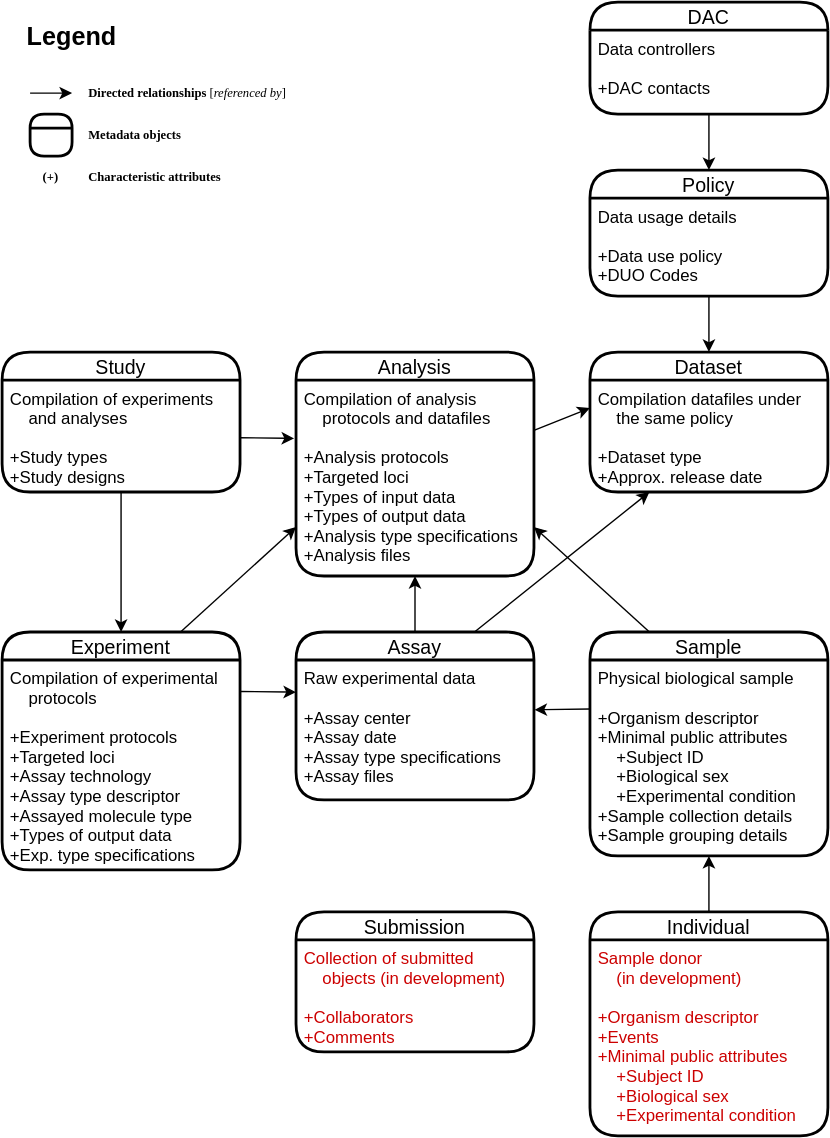
The draw.io diagram docs/metadata_model/diagrams/20220328_EGA_Metadata_Model2.drawio.svg in EbiEga/ega-metadata-schema, before a commit. Source tidied: cells renumbered, new cells last; positions are measured from the earlier drawing's top-left corner, leaving out a move shared by most shapes.
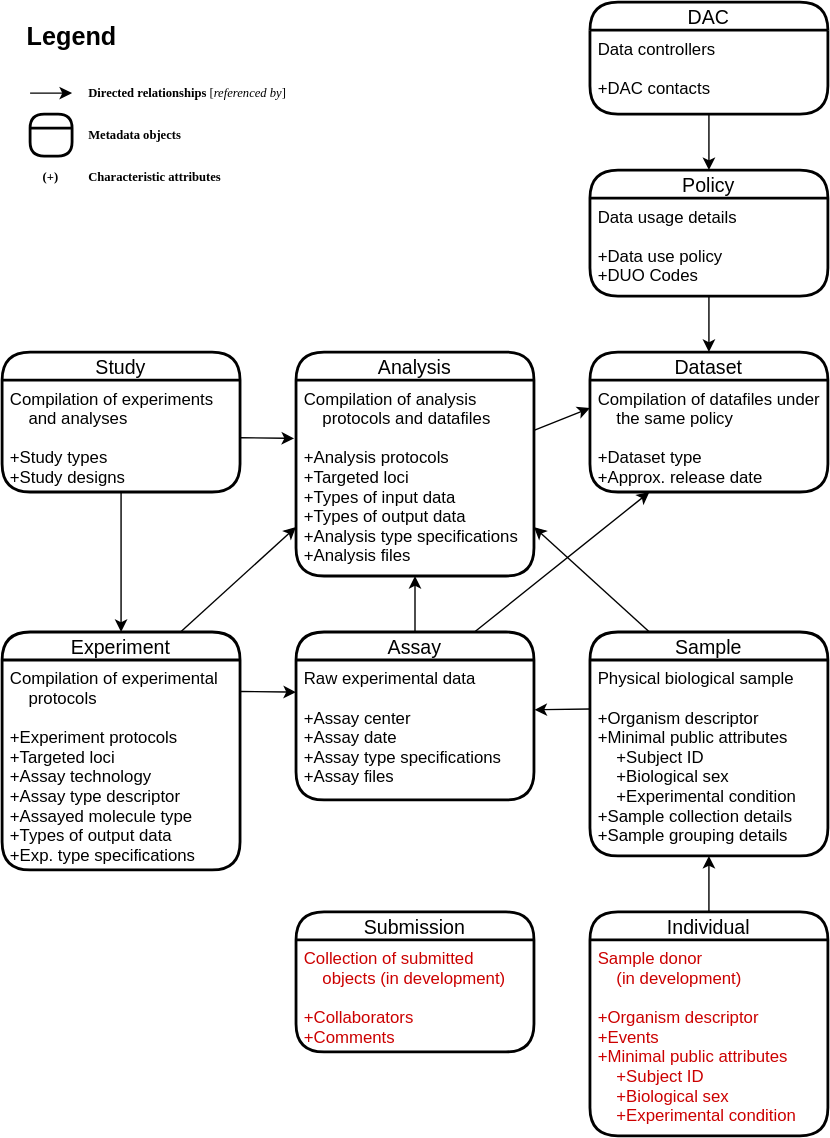
Above is the later version.

Commit message:
EE-2363 - Amended diagram typo

Change to the diagram source:
```diff
@@ -26,7 +26,7 @@
     <mxCell id="9" value="Dataset" style="swimlane;horizontal=1;startSize=20;rounded=1;fontSize=14;fontStyle=0;strokeWidth=2;shadow=0;dashed=0;align=center;fontFamily=Helvetica;arcSize=43;" parent="1" vertex="1">
       <mxGeometry x="420" y="250" width="170" height="100" as="geometry" />
     </mxCell>
-    <mxCell id="10" value="Compilation datafiles under &#10;    the same policy&#10;&#10;+Dataset type&#10;+Approx. release date" style="align=left;strokeColor=none;fillColor=none;spacingLeft=4;fontSize=12;verticalAlign=top;dashed=1;fontFamily=Helvetica;" parent="9" vertex="1">
+    <mxCell id="10" value="Compilation of datafiles under &#10;    the same policy&#10;&#10;+Dataset type&#10;+Approx. release date" style="align=left;strokeColor=none;fillColor=none;spacingLeft=4;fontSize=12;verticalAlign=top;dashed=1;fontFamily=Helvetica;" parent="9" vertex="1">
       <mxGeometry y="20" width="170" height="80" as="geometry" />
     </mxCell>
     <mxCell id="11" value="Analysis" style="swimlane;horizontal=1;startSize=20;rounded=1;fontSize=14;fontStyle=0;strokeWidth=2;shadow=0;dashed=0;align=center;fontFamily=Helvetica;arcSize=43;" parent="1" vertex="1">
```
